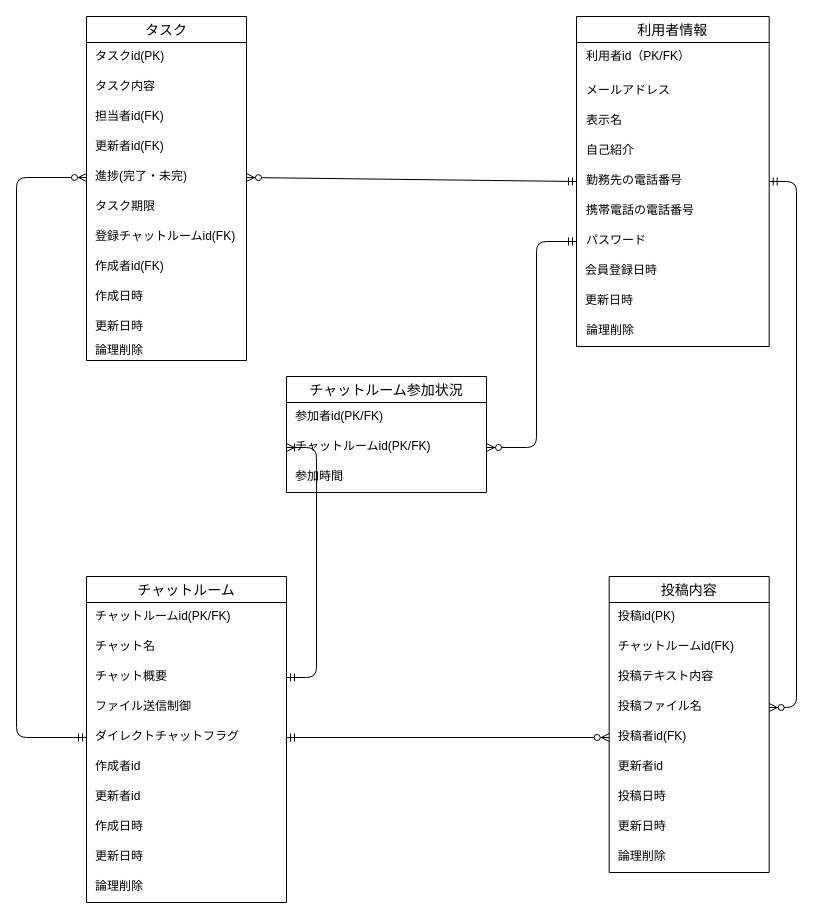
The draw.io diagram db/db-challenge1/チャットルームER図.drawio in ytaka0407/quelcode-db, before the edit. Source tidied: cells renumbered, new cells numbered last; positions are measured from the earlier drawing's top-left corner, leaving out a move shared by most shapes. Both pictures are drawn from the tidied source at 100%, with x=0, y=0 at pixel (16, 16).
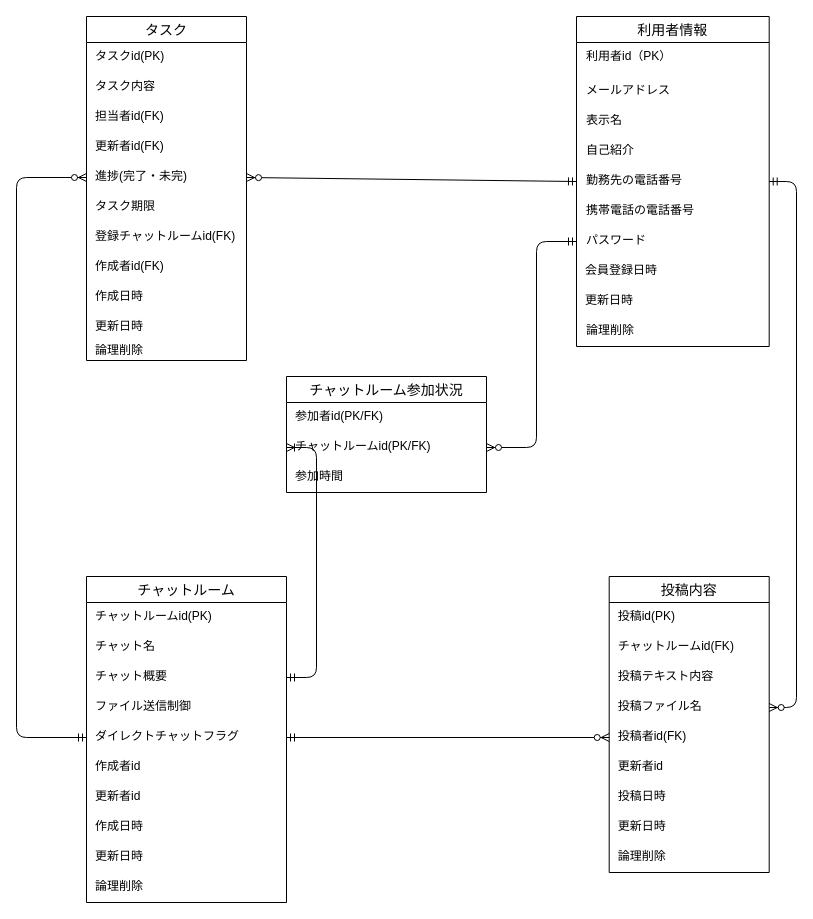
Above is the later version.

Commit message:
利用者テーブルの利用者id、チャットルームテーブルのチャットルームidからFK表記を削除

Unchanged cells that the change refers to:
```xml
<mxCell id="20" value="利用者情報" style="swimlane;fontStyle=0;horizontal=1;startSize=26;align=center;fontSize=14;" parent="1" vertex="1">
  <mxGeometry x="560" width="192.7" height="330" as="geometry" />
</mxCell>
<mxCell id="31" value="チャットルーム" style="swimlane;fontStyle=0;horizontal=1;startSize=26;align=center;fontSize=14;" parent="1" vertex="1">
  <mxGeometry x="70" y="560" width="200" height="326" as="geometry" />
</mxCell>
```

Diff of the diagram source:
```diff
@@
-    <mxCell id="21" value="利用者id（PK/FK）" style="text;strokeColor=none;fillColor=none;spacingLeft=8;spacingRight=0;overflow=hidden;fontSize=12;" parent="20" vertex="1">
+    <mxCell id="21" value="利用者id（PK）" style="text;strokeColor=none;fillColor=none;spacingLeft=8;spacingRight=0;overflow=hidden;fontSize=12;" parent="20" vertex="1">
       <mxGeometry y="26" width="192.7" height="34" as="geometry" />
     </mxCell>
@@
-    <mxCell id="32" value="チャットルームid(PK/FK)" style="text;strokeColor=none;fillColor=none;spacingLeft=7;spacingRight=4;overflow=hidden;fontSize=12;" parent="31" vertex="1">
+    <mxCell id="32" value="チャットルームid(PK)" style="text;strokeColor=none;fillColor=none;spacingLeft=7;spacingRight=4;overflow=hidden;fontSize=12;" parent="31" vertex="1">
       <mxGeometry y="26" width="200" height="30" as="geometry" />
     </mxCell>
```
